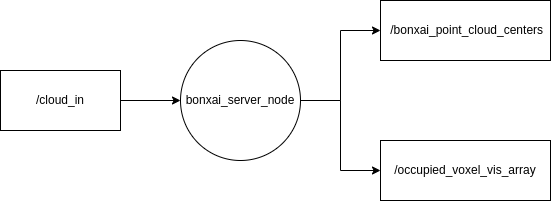
This is bonxai_ros/doc/bonxai_ros_node.drawio.png from facontidavide/Bonxai, a draw.io export, as it was before one commit. Source tidied: cells renumbered, new cells last; positions are measured from the earlier drawing's top-left corner, leaving out a move shared by most shapes.
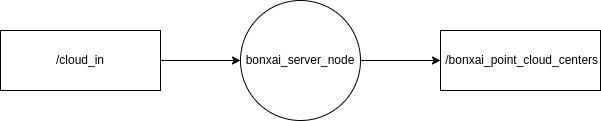
Above is the later version.

Change to the diagram source:
```diff
@@ -5,9 +5,6 @@
     <mxCell id="2" style="edgeStyle=orthogonalEdgeStyle;rounded=0;jettySize=auto;html=1;entryX=0;entryY=0.5;entryDx=0;entryDy=0;" parent="1" edge="1" source="4" target="7">
       <mxGeometry relative="1" as="geometry" />
     </mxCell>
-    <mxCell id="3" style="edgeStyle=orthogonalEdgeStyle;rounded=0;jettySize=auto;html=1;entryX=0;entryY=0.5;entryDx=0;entryDy=0;" parent="1" edge="1" source="4" target="8">
-      <mxGeometry relative="1" as="geometry" />
-    </mxCell>
     <mxCell id="4" value="bonxai_server_node" style="ellipse;whiteSpace=wrap;html=1;" parent="1" vertex="1">
       <mxGeometry x="180" y="40" width="120" height="120" as="geometry" />
     </mxCell>
@@ -15,13 +12,10 @@
       <mxGeometry relative="1" as="geometry" />
     </mxCell>
     <mxCell id="6" value="/cloud_in" style="rounded=0;whiteSpace=wrap;html=1;" parent="1" vertex="1">
-      <mxGeometry y="70" width="120" height="60" as="geometry" />
+      <mxGeometry x="-60" y="70" width="160" height="60" as="geometry" />
     </mxCell>
     <mxCell id="7" value="&amp;nbsp;/bonxai_point_cloud_centers" style="rounded=0;whiteSpace=wrap;html=1;" parent="1" vertex="1">
-      <mxGeometry x="380" width="170" height="60" as="geometry" />
+      <mxGeometry x="380" y="70" width="160" height="60" as="geometry" />
     </mxCell>
-    <mxCell id="8" value="/occupied_voxel_vis_array" style="rounded=0;whiteSpace=wrap;html=1;" parent="1" vertex="1">
-      <mxGeometry x="380" y="140" width="170" height="60" as="geometry" />
-    </mxCell>
   </root>
 </mxGraphModel>
```
